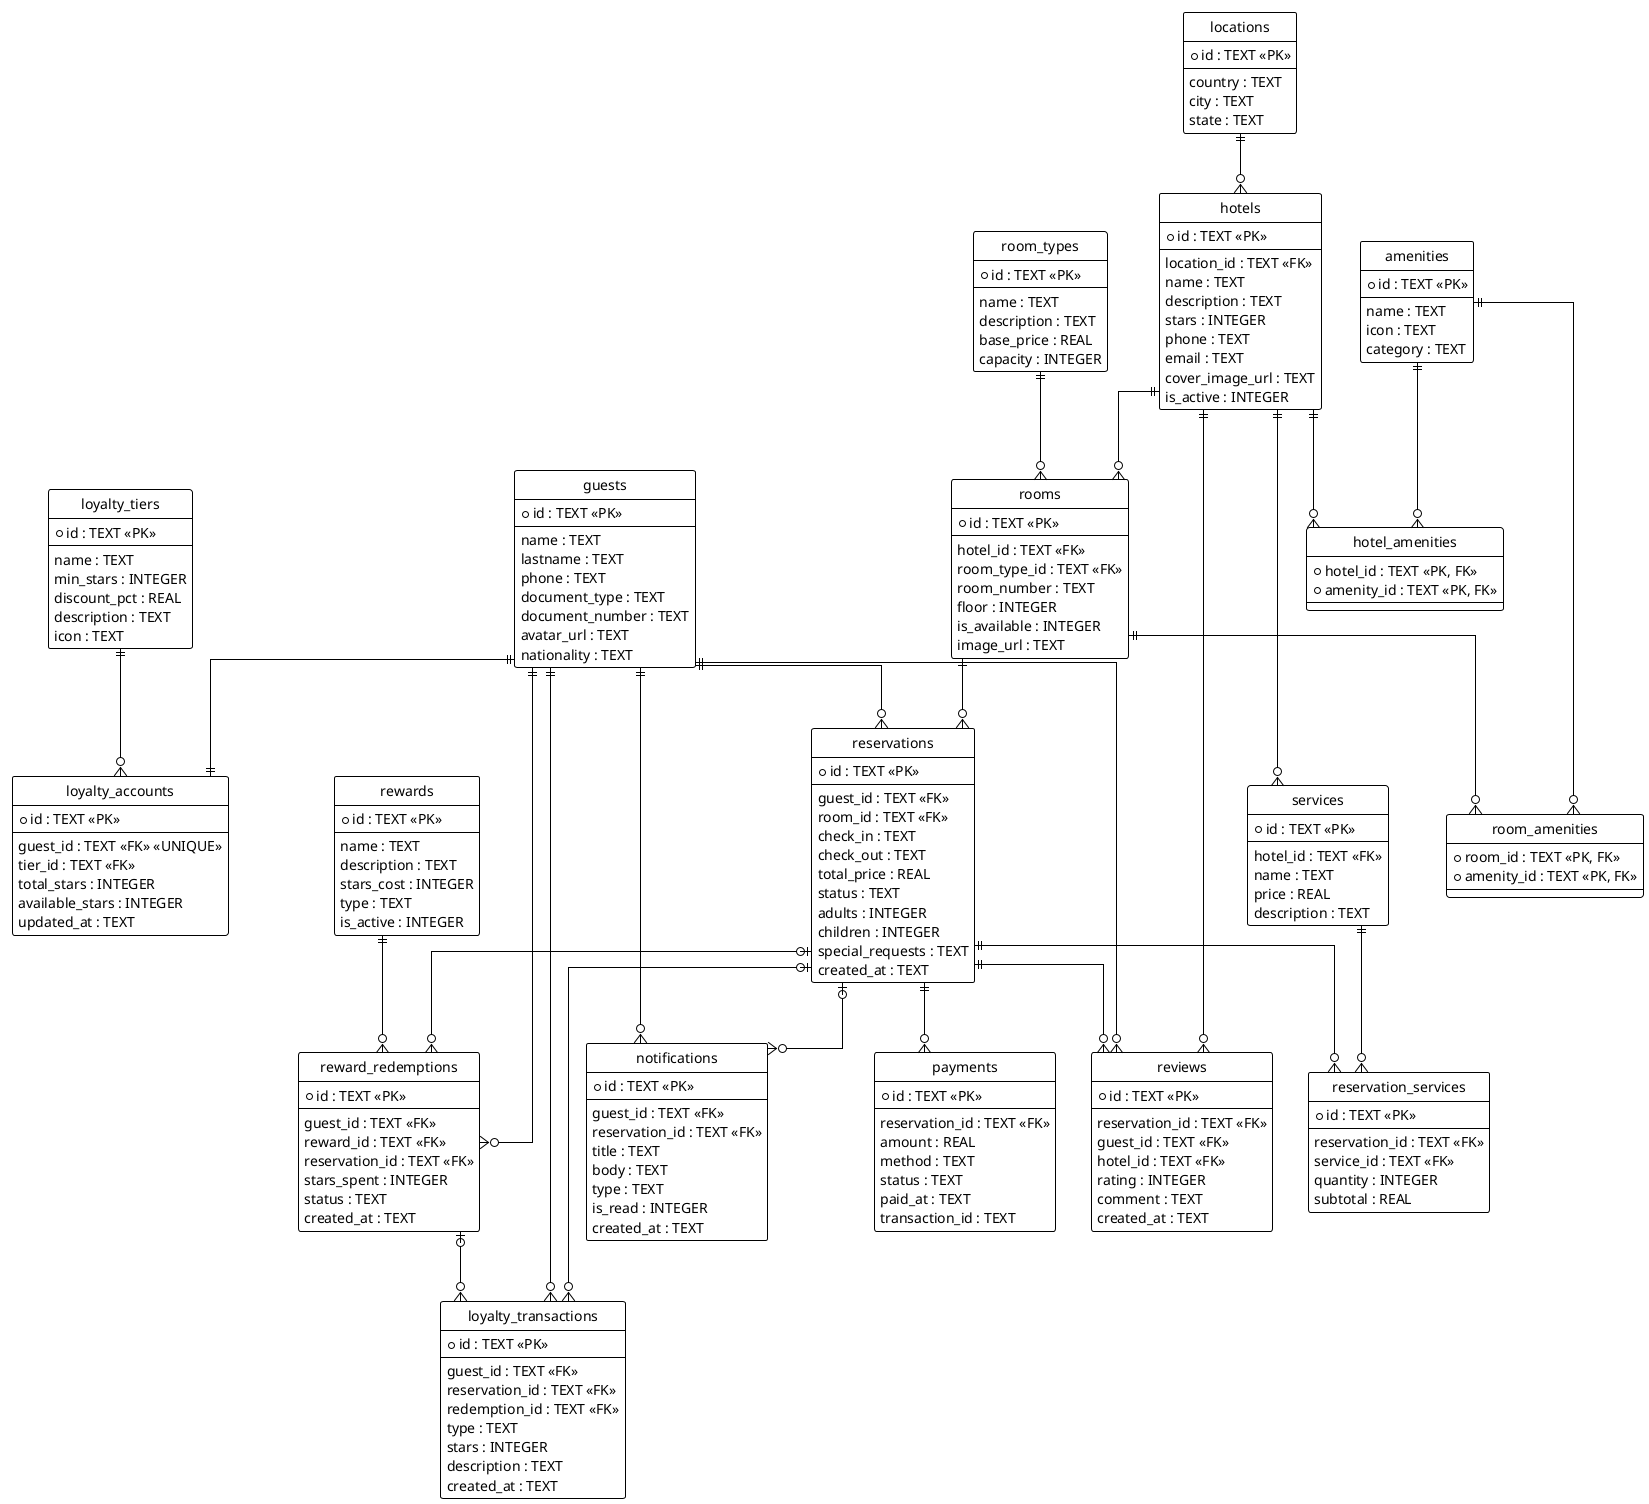
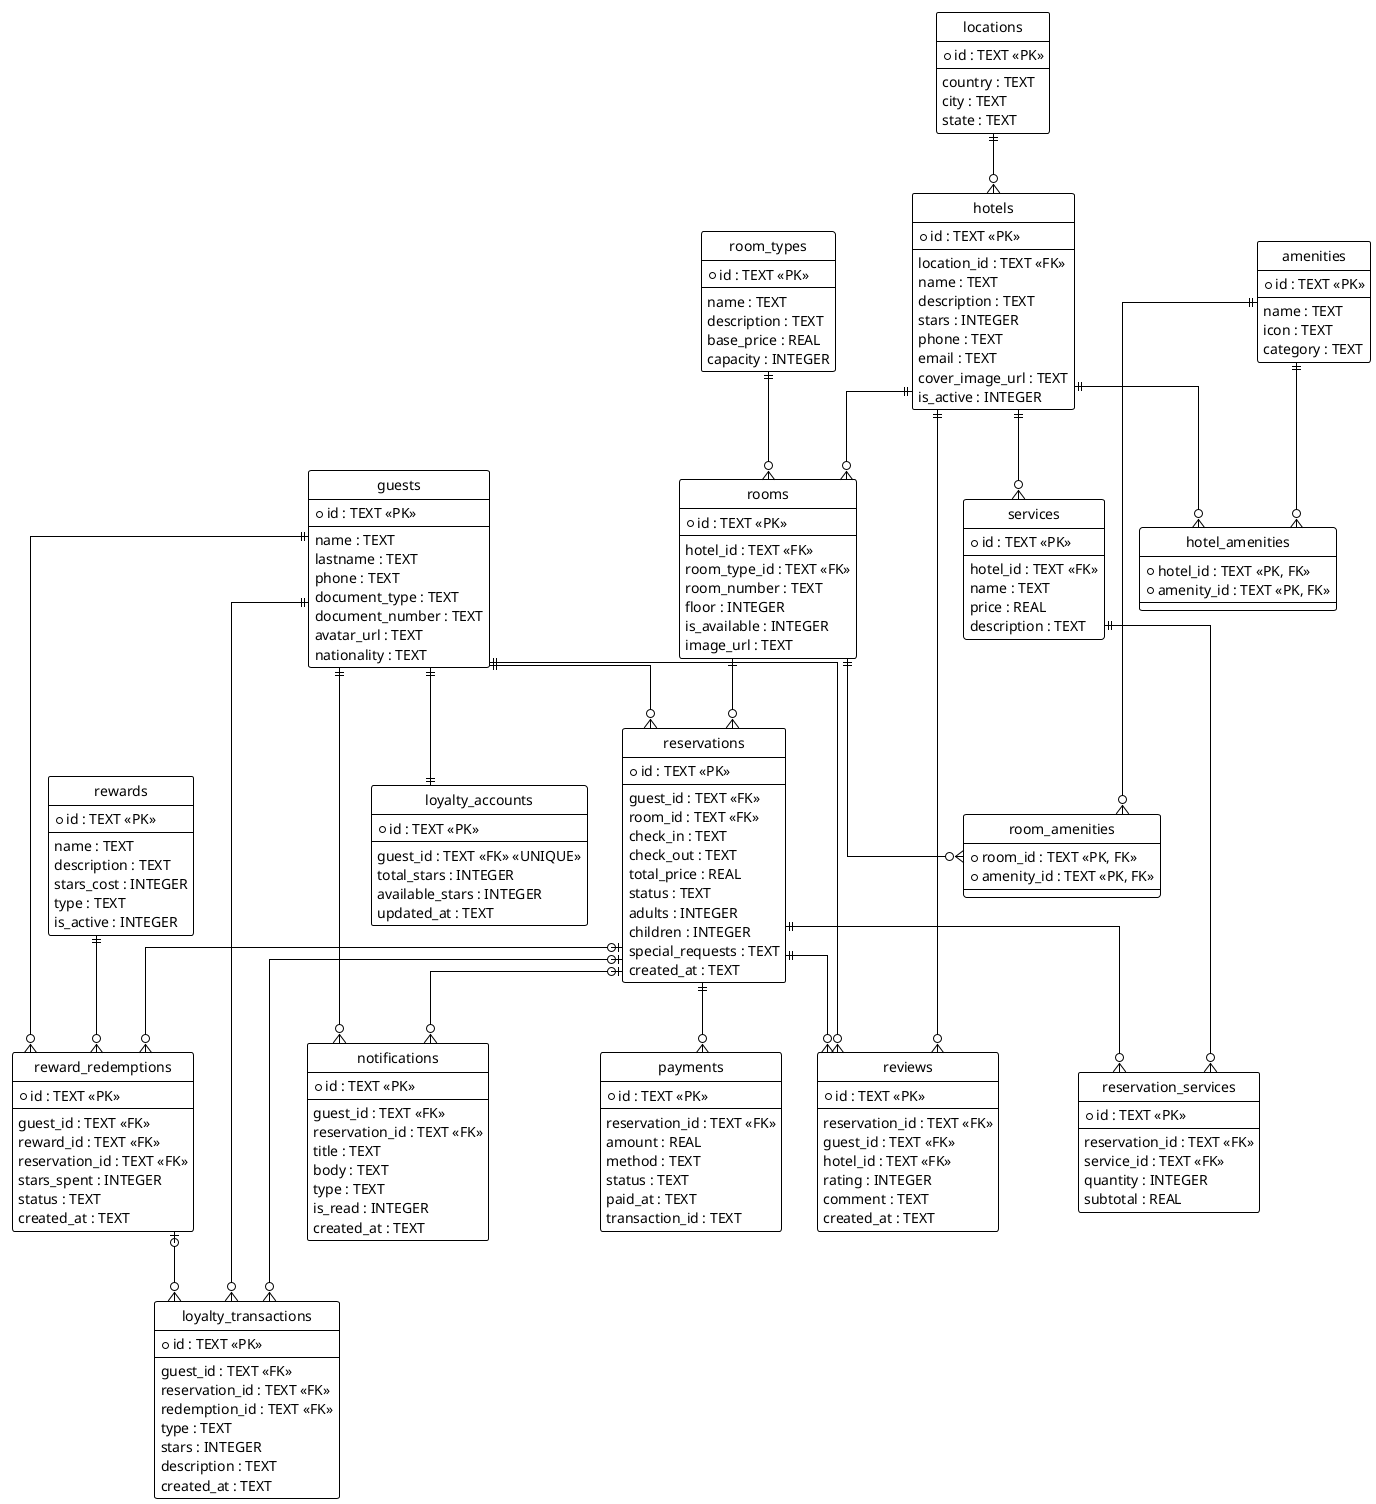
@startuml
' ============================================================
' DIAGRAMA ENTIDAD-RELACIÓN — SISTEMA RESERVA DE HOTELES
' Base de datos: SQLite3
' Tipos usados:
'   TEXT     → cadenas, UUIDs,
'              fechas ISO8601 (YYYY-MM-DD),
'              datetimes ISO8601 (YYYY-MM-DD HH:MM:SS)
'   check_in / check_out → TEXT (YYYY-MM-DD HH:MM:SS) incluye hora
'   INTEGER  → enteros y booleanos (0=false, 1=true)
'   REAL     → decimales (precios, porcentajes)
' ============================================================

!theme plain
hide circle
skinparam linetype ortho

' --- ENTIDADES ---

entity "locations" as L {
  * id : TEXT <<PK>>
  --
  country : TEXT
  city : TEXT
  state : TEXT
}

entity "hotels" as H {
  * id : TEXT <<PK>>
  --
  location_id : TEXT <<FK>>
  name : TEXT
  description : TEXT
  stars : INTEGER
  phone : TEXT
  email : TEXT
  cover_image_url : TEXT
  is_active : INTEGER
}

entity "room_types" as RT {
  * id : TEXT <<PK>>
  --
  name : TEXT
  description : TEXT
  base_price : REAL
  capacity : INTEGER
}

entity "rooms" as R {
  * id : TEXT <<PK>>
  --
  hotel_id : TEXT <<FK>>
  room_type_id : TEXT <<FK>>
  room_number : TEXT
  floor : INTEGER
  is_available : INTEGER
  image_url : TEXT
}

entity "guests" as G {
  * id : TEXT <<PK>>
  --
  name : TEXT
  lastname : TEXT
  phone : TEXT
  document_type : TEXT
  document_number : TEXT
  avatar_url : TEXT
  nationality : TEXT
}

- entity "loyalty_tiers" as LT {
-   * id : TEXT <<PK>>
-   --
-   name : TEXT
-   min_stars : INTEGER
-   discount_pct : REAL
-   description : TEXT
-   icon : TEXT
- }
- 
entity "loyalty_accounts" as LA {
  * id : TEXT <<PK>>
  --
  guest_id : TEXT <<FK>> <<UNIQUE>>
-   tier_id : TEXT <<FK>>
  total_stars : INTEGER
  available_stars : INTEGER
  updated_at : TEXT
}

entity "reservations" as RES {
  * id : TEXT <<PK>>
  --
  guest_id : TEXT <<FK>>
  room_id : TEXT <<FK>>
  check_in : TEXT
  check_out : TEXT
  total_price : REAL
  status : TEXT
  adults : INTEGER
  children : INTEGER
  special_requests : TEXT
  created_at : TEXT
}

entity "payments" as P {
  * id : TEXT <<PK>>
  --
  reservation_id : TEXT <<FK>>
  amount : REAL
  method : TEXT
  status : TEXT
  paid_at : TEXT
  transaction_id : TEXT
}

entity "amenities" as AM {
  * id : TEXT <<PK>>
  --
  name : TEXT
  icon : TEXT
  category : TEXT
}

entity "hotel_amenities" as HA {
  * hotel_id : TEXT <<PK, FK>>
  * amenity_id : TEXT <<PK, FK>>
}

entity "room_amenities" as RA {
  * room_id : TEXT <<PK, FK>>
  * amenity_id : TEXT <<PK, FK>>
}

entity "services" as S {
  * id : TEXT <<PK>>
  --
  hotel_id : TEXT <<FK>>
  name : TEXT
  price : REAL
  description : TEXT
}

entity "reservation_services" as RS {
  * id : TEXT <<PK>>
  --
  reservation_id : TEXT <<FK>>
  service_id : TEXT <<FK>>
  quantity : INTEGER
  subtotal : REAL
}

entity "loyalty_transactions" as LTX {
  * id : TEXT <<PK>>
  --
  guest_id : TEXT <<FK>>
  reservation_id : TEXT <<FK>>
  redemption_id : TEXT <<FK>>
  type : TEXT
  stars : INTEGER
  description : TEXT
  created_at : TEXT
}

entity "rewards" as RW {
  * id : TEXT <<PK>>
  --
  name : TEXT
  description : TEXT
  stars_cost : INTEGER
  type : TEXT
  is_active : INTEGER
}

entity "reward_redemptions" as RR {
  * id : TEXT <<PK>>
  --
  guest_id : TEXT <<FK>>
  reward_id : TEXT <<FK>>
  reservation_id : TEXT <<FK>>
  stars_spent : INTEGER
  status : TEXT
  created_at : TEXT
}

entity "reviews" as REV {
  * id : TEXT <<PK>>
  --
  reservation_id : TEXT <<FK>>
  guest_id : TEXT <<FK>>
  hotel_id : TEXT <<FK>>
  rating : INTEGER
  comment : TEXT
  created_at : TEXT
}

entity "notifications" as N {
  * id : TEXT <<PK>>
  --
  guest_id : TEXT <<FK>>
  reservation_id : TEXT <<FK>>
  title : TEXT
  body : TEXT
  type : TEXT
  is_read : INTEGER
  created_at : TEXT
}

' --- RELACIONES ---

L ||--o{ H
H ||--o{ R
RT ||--o{ R
G ||--o{ RES
R ||--o{ RES
RES ||--o{ P
RES ||--o{ RS
S ||--o{ RS
H ||--o{ S
H ||--o{ HA
AM ||--o{ HA
R ||--o{ RA
AM ||--o{ RA
G ||--|| LA
- LT ||--o{ LA
G ||--o{ LTX
RES |o--o{ LTX
RR |o--o{ LTX
G ||--o{ RR
RW ||--o{ RR
RES |o--o{ RR
RES ||--o{ REV
G ||--o{ REV
H ||--o{ REV
G ||--o{ N
RES |o--o{ N

@enduml
